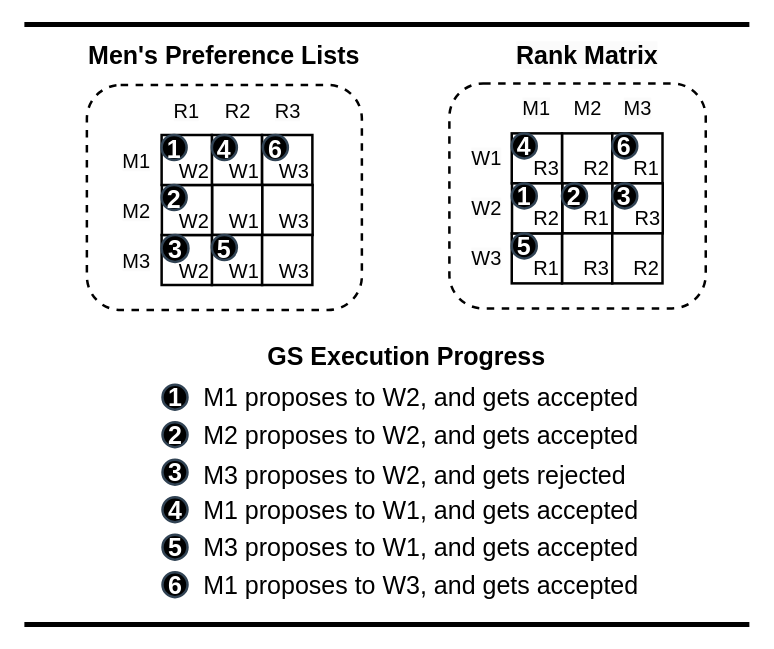
Above: newGSExec.drawio in victorliu-sq/BambooSMP-Figures (draw.io), before the change. Source tidied: cells renumbered, new cells numbered last; positions are measured from the earlier drawing's top-left corner, leaving out a move shared by most shapes. Both pictures are drawn from the tidied source at 125%, with x=0, y=0 at pixel (24, 24).
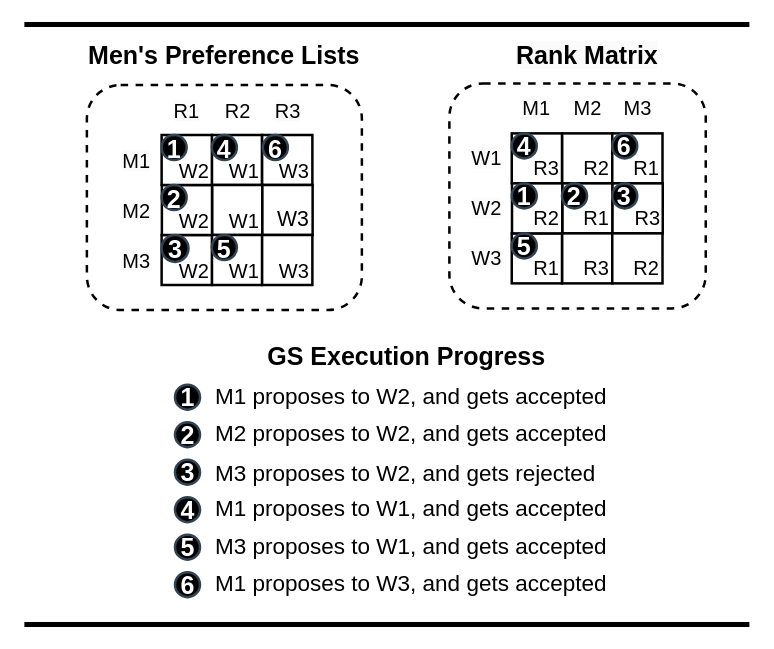
The same page after the edit.

The edit, as a diff of the source:
```diff
@@
     <mxCell id="4" value="1" style="ellipse;whiteSpace=wrap;html=1;strokeColor=#314354;align=center;verticalAlign=middle;fontFamily=Helvetica;fontSize=20;fillColor=#000000;fontColor=#ffffff;fontStyle=1;strokeWidth=2;" parent="1" vertex="1">
-      <mxGeometry x="110.5" y="288.2" width="20" height="20" as="geometry" />
+      <mxGeometry x="120.5" y="288.2" width="20" height="20" as="geometry" />
     </mxCell>
     <mxCell id="5" value="2" style="ellipse;whiteSpace=wrap;html=1;strokeColor=#314354;align=center;verticalAlign=middle;fontFamily=Helvetica;fontSize=20;fillColor=#000000;fontColor=#ffffff;fontStyle=1;strokeWidth=2;" parent="1" vertex="1">
-      <mxGeometry x="110.5" y="318.2" width="20" height="20" as="geometry" />
+      <mxGeometry x="120.5" y="318.2" width="20" height="20" as="geometry" />
     </mxCell>
     <mxCell id="6" value="3" style="ellipse;whiteSpace=wrap;html=1;strokeColor=#314354;align=center;verticalAlign=middle;fontFamily=Helvetica;fontSize=20;fillColor=#000000;fontColor=#ffffff;fontStyle=1;strokeWidth=2;" parent="1" vertex="1">
-      <mxGeometry x="110.5" y="348.2" width="20" height="20" as="geometry" />
+      <mxGeometry x="120.5" y="348.2" width="20" height="20" as="geometry" />
     </mxCell>
     <mxCell id="7" value="4" style="ellipse;whiteSpace=wrap;html=1;strokeColor=#314354;align=center;verticalAlign=middle;fontFamily=Helvetica;fontSize=20;fillColor=#000000;fontColor=#ffffff;fontStyle=1;strokeWidth=2;" parent="1" vertex="1">
-      <mxGeometry x="110.5" y="378.2" width="20" height="20" as="geometry" />
+      <mxGeometry x="120.5" y="378.2" width="20" height="20" as="geometry" />
     </mxCell>
     <mxCell id="8" value="5" style="ellipse;whiteSpace=wrap;html=1;strokeColor=#314354;align=center;verticalAlign=middle;fontFamily=Helvetica;fontSize=20;fillColor=#000000;fontColor=#ffffff;fontStyle=1;strokeWidth=2;" parent="1" vertex="1">
-      <mxGeometry x="110.5" y="408.2" width="20" height="20" as="geometry" />
+      <mxGeometry x="120.5" y="408.2" width="20" height="20" as="geometry" />
     </mxCell>
     <mxCell id="9" value="6" style="ellipse;whiteSpace=wrap;html=1;strokeColor=#314354;align=center;verticalAlign=middle;fontFamily=Helvetica;fontSize=20;fillColor=#000000;fontColor=#ffffff;fontStyle=1;strokeWidth=2;" parent="1" vertex="1">
-      <mxGeometry x="110.5" y="438.2" width="20" height="20" as="geometry" />
+      <mxGeometry x="120.5" y="438.2" width="20" height="20" as="geometry" />
     </mxCell>
-    <mxCell id="10" value="&lt;h1 style=&quot;font-size: 20px;&quot;&gt;&lt;span style=&quot;font-size: 20px; font-weight: 400;&quot;&gt;&amp;nbsp;M1 proposes to W2, and gets accepted&lt;/span&gt;&lt;/h1&gt;" style="text;strokeColor=none;align=left;fillColor=none;html=1;verticalAlign=middle;whiteSpace=wrap;rounded=0;fontFamily=Helvetica;fontSize=20;fontColor=default;" parent="1" vertex="1">
-      <mxGeometry x="135.5" y="283.2" width="405" height="30" as="geometry" />
+    <mxCell id="10" value="&lt;h1 style=&quot;font-size: 18px;&quot;&gt;&lt;span style=&quot;font-size: 18px; font-weight: 400;&quot;&gt;&amp;nbsp;M1 proposes to W2, and gets accepted&lt;/span&gt;&lt;/h1&gt;" style="text;strokeColor=none;align=left;fillColor=none;html=1;verticalAlign=middle;whiteSpace=wrap;rounded=0;fontFamily=Helvetica;fontSize=18;fontColor=default;" parent="1" vertex="1">
+      <mxGeometry x="145.5" y="283.2" width="405" height="30" as="geometry" />
     </mxCell>
-    <mxCell id="11" value="&lt;h1 style=&quot;font-size: 20px;&quot;&gt;&lt;span style=&quot;font-size: 20px; font-weight: 400;&quot;&gt;&amp;nbsp;M2 proposes to W2, and gets accepted&lt;/span&gt;&lt;/h1&gt;" style="text;strokeColor=none;align=left;fillColor=none;html=1;verticalAlign=middle;whiteSpace=wrap;rounded=0;fontFamily=Helvetica;fontSize=20;fontColor=default;" parent="1" vertex="1">
-      <mxGeometry x="135.5" y="313.2" width="365" height="30" as="geometry" />
+    <mxCell id="11" value="&lt;h1 style=&quot;font-size: 18px;&quot;&gt;&lt;span style=&quot;font-size: 18px; font-weight: 400;&quot;&gt;&amp;nbsp;M2 proposes to W2, and gets accepted&lt;/span&gt;&lt;/h1&gt;" style="text;strokeColor=none;align=left;fillColor=none;html=1;verticalAlign=middle;whiteSpace=wrap;rounded=0;fontFamily=Helvetica;fontSize=18;fontColor=default;" parent="1" vertex="1">
+      <mxGeometry x="145.5" y="313.2" width="365" height="30" as="geometry" />
     </mxCell>
-    <mxCell id="12" value="&lt;h1 style=&quot;font-size: 20px;&quot;&gt;&lt;span style=&quot;font-size: 20px; font-weight: 400;&quot;&gt;&amp;nbsp;M3 proposes to W2, and gets rejected&lt;/span&gt;&lt;/h1&gt;" style="text;strokeColor=none;align=left;fillColor=none;html=1;verticalAlign=middle;whiteSpace=wrap;rounded=0;fontFamily=Helvetica;fontSize=20;fontColor=default;" parent="1" vertex="1">
-      <mxGeometry x="135.5" y="344.8" width="365" height="30" as="geometry" />
+    <mxCell id="12" value="&lt;h1 style=&quot;font-size: 18px;&quot;&gt;&lt;span style=&quot;font-size: 18px; font-weight: 400;&quot;&gt;&amp;nbsp;M3 proposes to W2, and gets rejected&lt;/span&gt;&lt;/h1&gt;" style="text;strokeColor=none;align=left;fillColor=none;html=1;verticalAlign=middle;whiteSpace=wrap;rounded=0;fontFamily=Helvetica;fontSize=18;fontColor=default;" parent="1" vertex="1">
+      <mxGeometry x="145.5" y="344.8" width="365" height="30" as="geometry" />
     </mxCell>
-    <mxCell id="13" value="&lt;h1 style=&quot;font-size: 20px;&quot;&gt;&lt;span style=&quot;font-size: 20px; font-weight: 400;&quot;&gt;&amp;nbsp;M1 proposes to W1, and gets accepted&lt;/span&gt;&lt;/h1&gt;" style="text;strokeColor=none;align=left;fillColor=none;html=1;verticalAlign=middle;whiteSpace=wrap;rounded=0;fontFamily=Helvetica;fontSize=20;fontColor=default;" parent="1" vertex="1">
-      <mxGeometry x="135.5" y="373.2" width="365" height="30" as="geometry" />
+    <mxCell id="13" value="&lt;h1 style=&quot;font-size: 18px;&quot;&gt;&lt;span style=&quot;font-size: 18px; font-weight: 400;&quot;&gt;&amp;nbsp;M1 proposes to W1, and gets accepted&lt;/span&gt;&lt;/h1&gt;" style="text;strokeColor=none;align=left;fillColor=none;html=1;verticalAlign=middle;whiteSpace=wrap;rounded=0;fontFamily=Helvetica;fontSize=18;fontColor=default;" parent="1" vertex="1">
+      <mxGeometry x="145.5" y="373.2" width="365" height="30" as="geometry" />
     </mxCell>
-    <mxCell id="14" value="&lt;h1 style=&quot;font-size: 20px;&quot;&gt;&lt;span style=&quot;font-size: 20px; font-weight: 400;&quot;&gt;&amp;nbsp;M3 proposes to W1, and gets accepted&lt;/span&gt;&lt;/h1&gt;" style="text;strokeColor=none;align=left;fillColor=none;html=1;verticalAlign=middle;whiteSpace=wrap;rounded=0;fontFamily=Helvetica;fontSize=20;fontColor=default;" parent="1" vertex="1">
-      <mxGeometry x="135.5" y="403.2" width="365" height="30" as="geometry" />
+    <mxCell id="14" value="&lt;h1 style=&quot;font-size: 18px;&quot;&gt;&lt;span style=&quot;font-size: 18px; font-weight: 400;&quot;&gt;&amp;nbsp;M3 proposes to W1, and gets accepted&lt;/span&gt;&lt;/h1&gt;" style="text;strokeColor=none;align=left;fillColor=none;html=1;verticalAlign=middle;whiteSpace=wrap;rounded=0;fontFamily=Helvetica;fontSize=18;fontColor=default;" parent="1" vertex="1">
+      <mxGeometry x="145.5" y="403.2" width="365" height="30" as="geometry" />
     </mxCell>
-    <mxCell id="15" value="&lt;h1 style=&quot;font-size: 20px;&quot;&gt;&lt;span style=&quot;font-size: 20px; font-weight: 400;&quot;&gt;&amp;nbsp;M1 proposes to W3, and gets accepted&lt;/span&gt;&lt;/h1&gt;" style="text;strokeColor=none;align=left;fillColor=none;html=1;verticalAlign=middle;whiteSpace=wrap;rounded=0;fontFamily=Helvetica;fontSize=20;fontColor=default;" parent="1" vertex="1">
-      <mxGeometry x="135.5" y="433.2" width="365" height="30" as="geometry" />
+    <mxCell id="15" value="&lt;h1 style=&quot;font-size: 18px;&quot;&gt;&lt;span style=&quot;font-size: 18px; font-weight: 400;&quot;&gt;&amp;nbsp;M1 proposes to W3, and gets accepted&lt;/span&gt;&lt;/h1&gt;" style="text;strokeColor=none;align=left;fillColor=none;html=1;verticalAlign=middle;whiteSpace=wrap;rounded=0;fontFamily=Helvetica;fontSize=18;fontColor=default;" parent="1" vertex="1">
+      <mxGeometry x="145.5" y="433.2" width="365" height="30" as="geometry" />
     </mxCell>
@@
-    <mxCell id="20" value="W3" style="rounded=0;whiteSpace=wrap;html=1;fontSize=16;align=right;verticalAlign=bottom;strokeWidth=2;" parent="1" vertex="1">
+    <mxCell id="20" value="W3" style="rounded=0;whiteSpace=wrap;html=1;fontSize=17;align=right;verticalAlign=bottom;strokeWidth=2;" parent="1" vertex="1">
       <mxGeometry x="190.4" y="128.5" width="40.2" height="40" as="geometry" />
     </mxCell>
```
